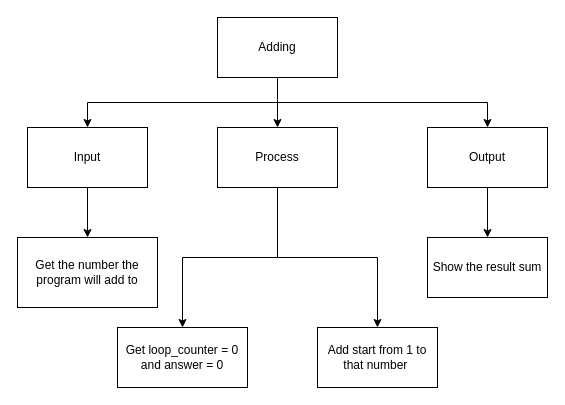
This is design.top-down.drawio from Yiyun-Qin/ICS3U-Unit4-07-Python, a draw.io file, before an edit. Source tidied: cells renumbered, new cells numbered last; positions are measured from the earlier drawing's top-left corner, leaving out a move shared by most shapes. Both pictures are drawn from the tidied source at 100%, with x=0, y=0 at pixel (17, 17).
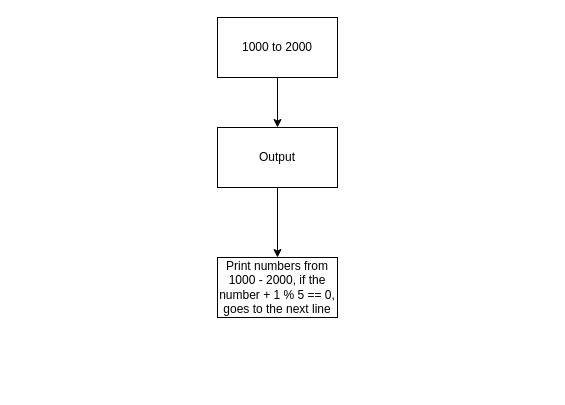
The same diagram, later.

Diff of the diagram source:
```diff
@@
 <mxGraphModel>
   <root>
     <mxCell id="0" />
     <mxCell id="1" parent="0" />
-    <mxCell id="2" style="edgeStyle=orthogonalEdgeStyle;html=1;exitX=0.5;exitY=1;exitDx=0;exitDy=0;entryX=0.5;entryY=0;entryDx=0;entryDy=0;rounded=0;" parent="1" edge="1" source="5" target="7">
-      <mxGeometry relative="1" as="geometry" />
-    </mxCell>
-    <mxCell id="3" style="edgeStyle=orthogonalEdgeStyle;rounded=0;html=1;exitX=0.5;exitY=1;exitDx=0;exitDy=0;entryX=0.5;entryY=0;entryDx=0;entryDy=0;" parent="1" edge="1" source="5" target="10">
-      <mxGeometry relative="1" as="geometry" />
-    </mxCell>
     <mxCell id="4" style="edgeStyle=orthogonalEdgeStyle;rounded=0;html=1;exitX=0.5;exitY=1;exitDx=0;exitDy=0;entryX=0.5;entryY=0;entryDx=0;entryDy=0;" parent="1" edge="1" source="5" target="12">
       <mxGeometry relative="1" as="geometry" />
     </mxCell>
-    <mxCell id="5" value="Adding" style="rounded=0;whiteSpace=wrap;html=1;" parent="1" vertex="1">
+    <mxCell id="5" value="1000 to 2000" style="rounded=0;whiteSpace=wrap;html=1;" parent="1" vertex="1">
       <mxGeometry x="200" width="120" height="60" as="geometry" />
     </mxCell>
-    <mxCell id="6" style="edgeStyle=orthogonalEdgeStyle;rounded=0;html=1;exitX=0.5;exitY=1;exitDx=0;exitDy=0;entryX=0.5;entryY=0;entryDx=0;entryDy=0;" parent="1" edge="1" source="7" target="13">
-      <mxGeometry relative="1" as="geometry" />
-    </mxCell>
-    <mxCell id="7" value="Input" style="rounded=0;whiteSpace=wrap;html=1;" parent="1" vertex="1">
-      <mxGeometry x="10" y="110" width="120" height="60" as="geometry" />
-    </mxCell>
-    <mxCell id="8" style="edgeStyle=orthogonalEdgeStyle;rounded=0;html=1;exitX=0.5;exitY=1;exitDx=0;exitDy=0;entryX=0.5;entryY=0;entryDx=0;entryDy=0;" parent="1" edge="1" source="10" target="14">
-      <mxGeometry relative="1" as="geometry" />
-    </mxCell>
-    <mxCell id="9" style="edgeStyle=orthogonalEdgeStyle;html=1;exitX=0.5;exitY=1;exitDx=0;exitDy=0;entryX=0.5;entryY=0;entryDx=0;entryDy=0;rounded=0;" parent="1" edge="1" source="10" target="16">
-      <mxGeometry relative="1" as="geometry" />
-    </mxCell>
-    <mxCell id="10" value="Process" style="rounded=0;whiteSpace=wrap;html=1;" parent="1" vertex="1">
-      <mxGeometry x="200" y="110" width="120" height="60" as="geometry" />
-    </mxCell>
     <mxCell id="11" style="edgeStyle=orthogonalEdgeStyle;rounded=0;html=1;exitX=0.5;exitY=1;exitDx=0;exitDy=0;entryX=0.5;entryY=0;entryDx=0;entryDy=0;" parent="1" edge="1" source="12" target="15">
       <mxGeometry relative="1" as="geometry" />
     </mxCell>
     <mxCell id="12" value="Output" style="rounded=0;whiteSpace=wrap;html=1;" parent="1" vertex="1">
-      <mxGeometry x="410" y="110" width="120" height="60" as="geometry" />
+      <mxGeometry x="200" y="110" width="120" height="60" as="geometry" />
     </mxCell>
-    <mxCell id="13" value="Get the number the program will add to" style="rounded=0;whiteSpace=wrap;html=1;" parent="1" vertex="1">
-      <mxGeometry y="220" width="140" height="70" as="geometry" />
-    </mxCell>
-    <mxCell id="14" value="Add start from 1 to that number&amp;nbsp;" style="rounded=0;whiteSpace=wrap;html=1;" parent="1" vertex="1">
-      <mxGeometry x="300" y="310" width="120" height="60" as="geometry" />
-    </mxCell>
-    <mxCell id="15" value="Show the result sum" style="rounded=0;whiteSpace=wrap;html=1;" parent="1" vertex="1">
-      <mxGeometry x="410" y="220" width="120" height="60" as="geometry" />
+    <mxCell id="15" value="Print numbers from 1000 - 2000, if the number + 1 % 5 == 0, goes to the next line" style="rounded=0;whiteSpace=wrap;html=1;" parent="1" vertex="1">
+      <mxGeometry x="200" y="240" width="120" height="60" as="geometry" />
     </mxCell>
-    <mxCell id="16" value="Get loop_counter = 0 and answer = 0" style="rounded=0;whiteSpace=wrap;html=1;" parent="1" vertex="1">
-      <mxGeometry x="100" y="310" width="130" height="60" as="geometry" />
-    </mxCell>
   </root>
 </mxGraphModel>
```
